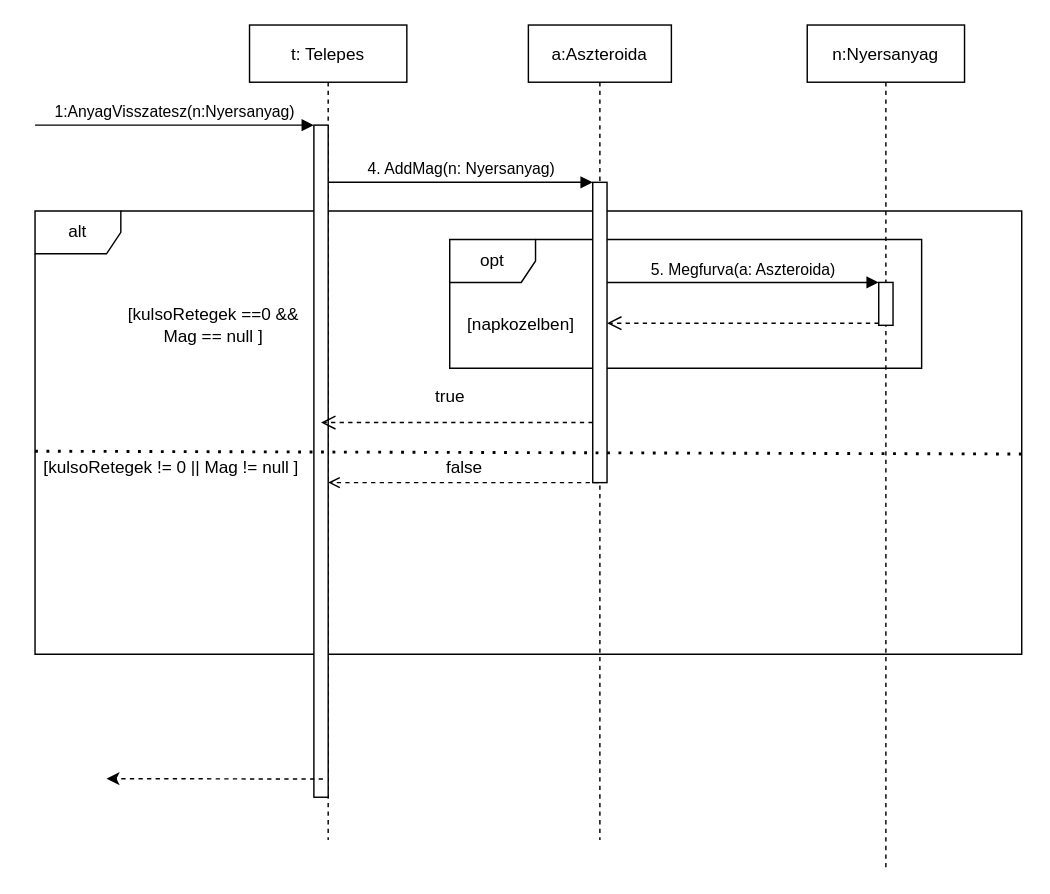
Earlier version of the draw.io diagram doc/uml/placeTeleport.drawio (torpeBoiGo/aszteroidabanyaszat). Source tidied: cells renumbered, new cells numbered last; positions are measured from the earlier drawing's top-left corner, leaving out a move shared by most shapes. Both pictures are drawn from the tidied source at 143%, with x=0, y=0 at pixel (34, 24).
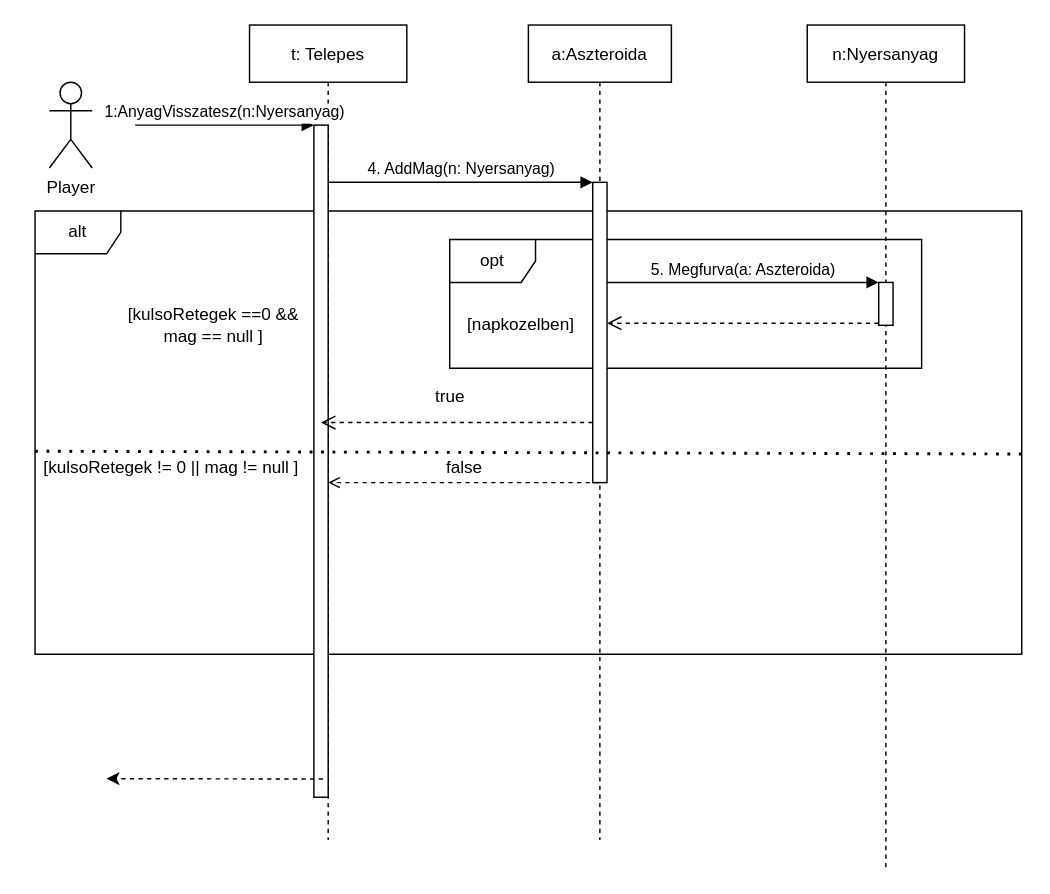
The same page after the edit.

Unchanged cells that the change refers to:
```xml
<mxCell id="5" value="t: Telepes" style="shape=umlLifeline;perimeter=lifelinePerimeter;rounded=0;shadow=0;strokeWidth=1;" parent="1" vertex="1">
  <mxGeometry x="150" width="110" height="570" as="geometry" />
</mxCell>
<mxCell id="6" style="points=[];perimeter=orthogonalPerimeter;rounded=0;shadow=0;strokeWidth=1;" parent="5" vertex="1">
  <mxGeometry x="45" y="70" width="10" height="470" as="geometry" />
</mxCell>
```

The edit, as a diff of the source:
```diff
@@
     <mxCell id="7" value="1:AnyagVisszatesz(n:Nyersanyag)" style="verticalAlign=bottom;startArrow=none;endArrow=block;startSize=8;shadow=0;strokeWidth=1;startFill=0;" parent="5" edge="1" target="6">
       <mxGeometry relative="1" as="geometry">
-        <mxPoint x="-150" y="70" as="sourcePoint" />
+        <mxPoint x="-80" y="70" as="sourcePoint" />
       </mxGeometry>
     </mxCell>
@@
-    <mxCell id="11" value="[kulsoRetegek ==0 &amp;amp;&amp;amp; Mag == null ]" style="text;html=1;strokeColor=none;fillColor=none;align=center;verticalAlign=middle;whiteSpace=wrap;rounded=0;" parent="1" vertex="1">
+    <mxCell id="11" value="[kulsoRetegek ==0 &amp;amp;&amp;amp; mag == null ]" style="text;html=1;strokeColor=none;fillColor=none;align=center;verticalAlign=middle;whiteSpace=wrap;rounded=0;" parent="1" vertex="1">
       <mxGeometry x="60" y="190" width="130" height="40" as="geometry" />
     </mxCell>
@@
-    <mxCell id="20" value="&lt;span&gt;[kulsoRetegek != 0 || Mag != null ]&lt;/span&gt;" style="text;html=1;align=center;verticalAlign=middle;" parent="1" vertex="1">
+    <mxCell id="20" value="&lt;span&gt;[kulsoRetegek != 0 || mag != null ]&lt;/span&gt;" style="text;html=1;align=center;verticalAlign=middle;" parent="1" vertex="1">
       <mxGeometry y="300" width="190" height="20" as="geometry" />
     </mxCell>
@@
+    <mxCell id="23" value="Player" style="shape=umlActor;verticalLabelPosition=bottom;verticalAlign=top;html=1;" parent="1" vertex="1">
+      <mxGeometry x="10" y="40" width="30" height="60" as="geometry" />
+    </mxCell>
```
